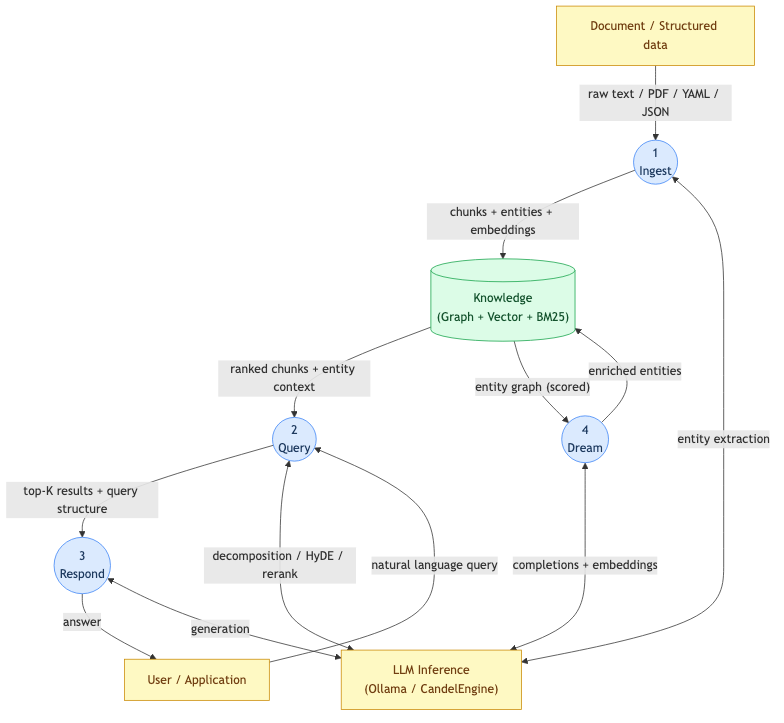
Earlier version of the Mermaid export projects/kwaai-knowledge/design/architecture/dfd-0.png (Kwaai-AI-Lab/KwaaiNet). Its source is kept beside it as projects/kwaai-knowledge/design/architecture/dfd-0.mmd.
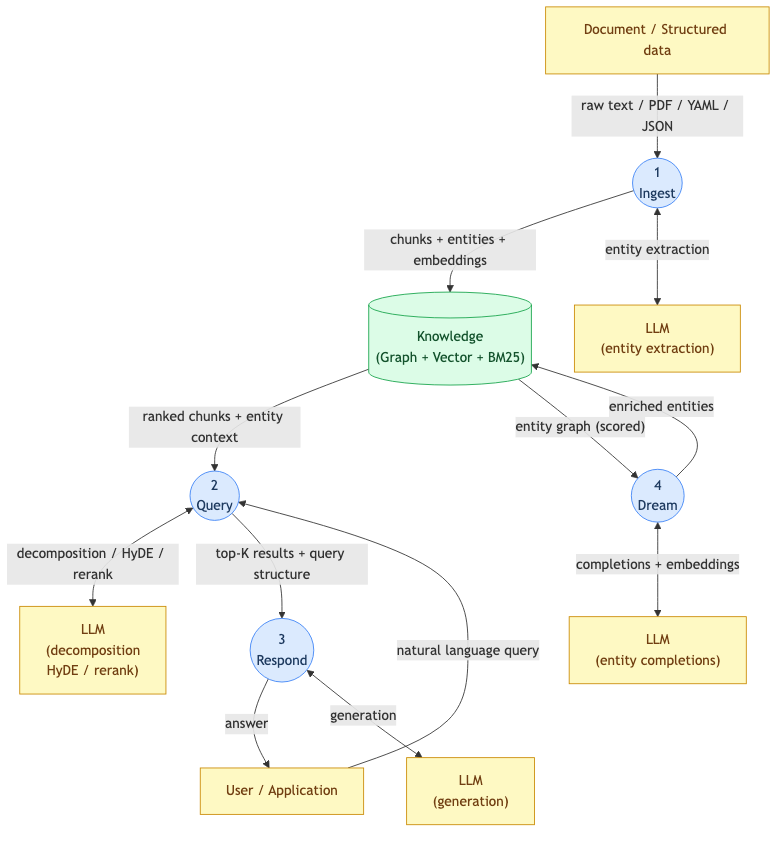
After the change.

The edit, as a diff of the source:
```diff
@@ -5,7 +5,11 @@
 
     DOC["Document / Structured data"]:::external
     USER["User / Application"]:::external
-    LLM["LLM Inference\n(Ollama / CandelEngine)"]:::external
+
+    LLM1["LLM\n(entity extraction)"]:::external
+    LLM2["LLM\n(decomposition\nHyDE / rerank)"]:::external
+    LLM3["LLM\n(generation)"]:::external
+    LLM4["LLM\n(entity completions)"]:::external
 
     P1(("1\nIngest")):::process
     P2(("2\nQuery")):::process
@@ -16,13 +20,16 @@
 
     DOC -->|"raw text / PDF / YAML / JSON"| P1
     P1 -->|"chunks + entities + embeddings"| KB
+    P1 <-->|"entity extraction"| LLM1
+
     USER -->|"natural language query"| P2
     KB -->|"ranked chunks + entity context"| P2
+    P2 <-->|"decomposition / HyDE / rerank"| LLM2
+
     P2 -->|"top-K results + query structure"| P3
     P3 -->|"answer"| USER
+    P3 <-->|"generation"| LLM3
+
     KB -->|"entity graph (scored)"| P4
     P4 -->|"enriched entities"| KB
-    P4 <-->|"completions + embeddings"| LLM
-    P3 <-->|"generation"| LLM
-    P2 <-->|"decomposition / HyDE / rerank"| LLM
-    P1 <-->|"entity extraction"| LLM
+    P4 <-->|"completions + embeddings"| LLM4
```
